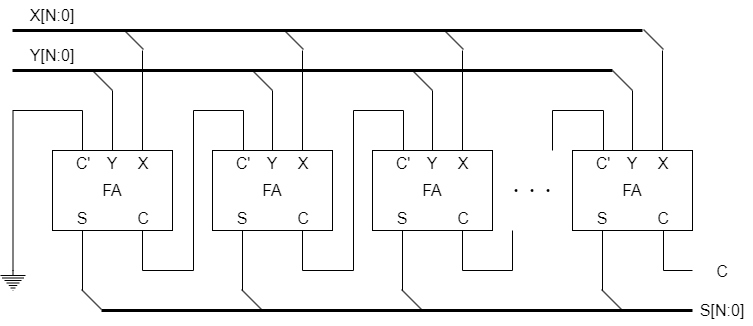
Before: images/nbit_adder.drawio.png, a diagram exported from draw.io (iinuma0710/computer_architecture). Source tidied: cells renumbered, new cells last; positions are measured from the earlier drawing's top-left corner, leaving out a move shared by most shapes.
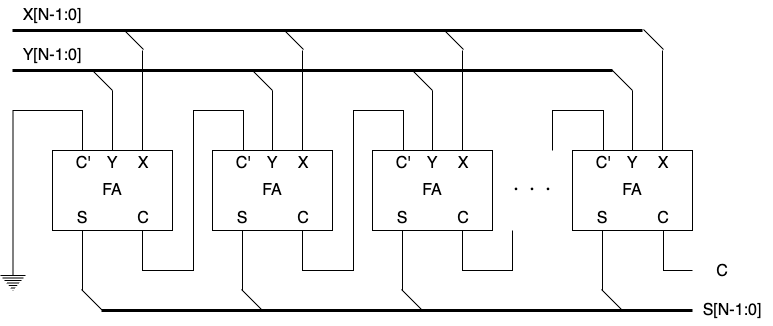
After the change.

What changed in the source:
```diff
@@ -264,10 +264,10 @@
         <mxPoint x="663" y="49" as="targetPoint" />
       </mxGeometry>
     </mxCell>
-    <mxCell id="58" value="&lt;span style=&quot;font-size: 16px;&quot;&gt;Y[N:0]&lt;/span&gt;" style="text;strokeColor=none;align=center;fillColor=none;html=1;verticalAlign=middle;whiteSpace=wrap;rounded=0;" parent="1" vertex="1">
+    <mxCell id="58" value="&lt;span style=&quot;font-size: 16px;&quot;&gt;Y[N-1:0]&lt;/span&gt;" style="text;strokeColor=none;align=center;fillColor=none;html=1;verticalAlign=middle;whiteSpace=wrap;rounded=0;" parent="1" vertex="1">
       <mxGeometry x="12" y="40" width="80" height="30" as="geometry" />
     </mxCell>
-    <mxCell id="59" value="&lt;span style=&quot;font-size: 16px;&quot;&gt;X[N:0]&lt;/span&gt;" style="text;strokeColor=none;align=center;fillColor=none;html=1;verticalAlign=middle;whiteSpace=wrap;rounded=0;" parent="1" vertex="1">
+    <mxCell id="59" value="&lt;span style=&quot;font-size: 16px;&quot;&gt;X[N-1:0]&lt;/span&gt;" style="text;strokeColor=none;align=center;fillColor=none;html=1;verticalAlign=middle;whiteSpace=wrap;rounded=0;" parent="1" vertex="1">
       <mxGeometry x="12" width="80" height="30" as="geometry" />
     </mxCell>
     <mxCell id="60" value="&lt;span style=&quot;font-size: 16px;&quot;&gt;・・・&lt;/span&gt;" style="text;strokeColor=none;align=center;fillColor=none;html=1;verticalAlign=middle;whiteSpace=wrap;rounded=0;" parent="1" vertex="1">
@@ -308,8 +308,8 @@
         <mxPoint x="692" y="270" as="sourcePoint" />
       </mxGeometry>
     </mxCell>
-    <mxCell id="67" value="&lt;span style=&quot;font-size: 16px;&quot;&gt;S[N:0]&lt;/span&gt;" style="text;strokeColor=none;align=center;fillColor=none;html=1;verticalAlign=middle;whiteSpace=wrap;rounded=0;" parent="1" vertex="1">
-      <mxGeometry x="692" y="295" width="60" height="30" as="geometry" />
+    <mxCell id="67" value="&lt;span style=&quot;font-size: 16px;&quot;&gt;S[N-1:0]&lt;/span&gt;" style="text;strokeColor=none;align=center;fillColor=none;html=1;verticalAlign=middle;whiteSpace=wrap;rounded=0;" parent="1" vertex="1">
+      <mxGeometry x="692" y="295" width="80" height="30" as="geometry" />
     </mxCell>
     <mxCell id="68" value="&lt;span style=&quot;font-size: 16px;&quot;&gt;C&lt;/span&gt;" style="text;strokeColor=none;align=center;fillColor=none;html=1;verticalAlign=middle;whiteSpace=wrap;rounded=0;" parent="1" vertex="1">
       <mxGeometry x="692" y="256" width="60" height="30" as="geometry" />
```
